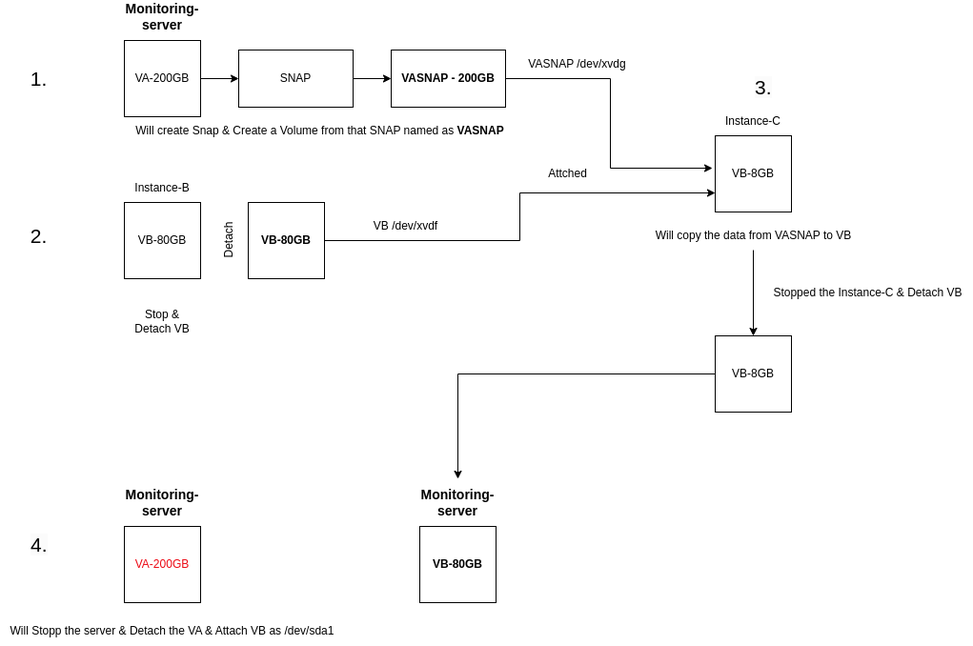
Above: Decrease EBS Volume of Monitoring-Grafana server.drawio.png in chetansomkuwar/arch (draw.io), before the change. Source tidied: cells renumbered, new cells last; positions are measured from the earlier drawing's top-left corner, leaving out a move shared by most shapes.
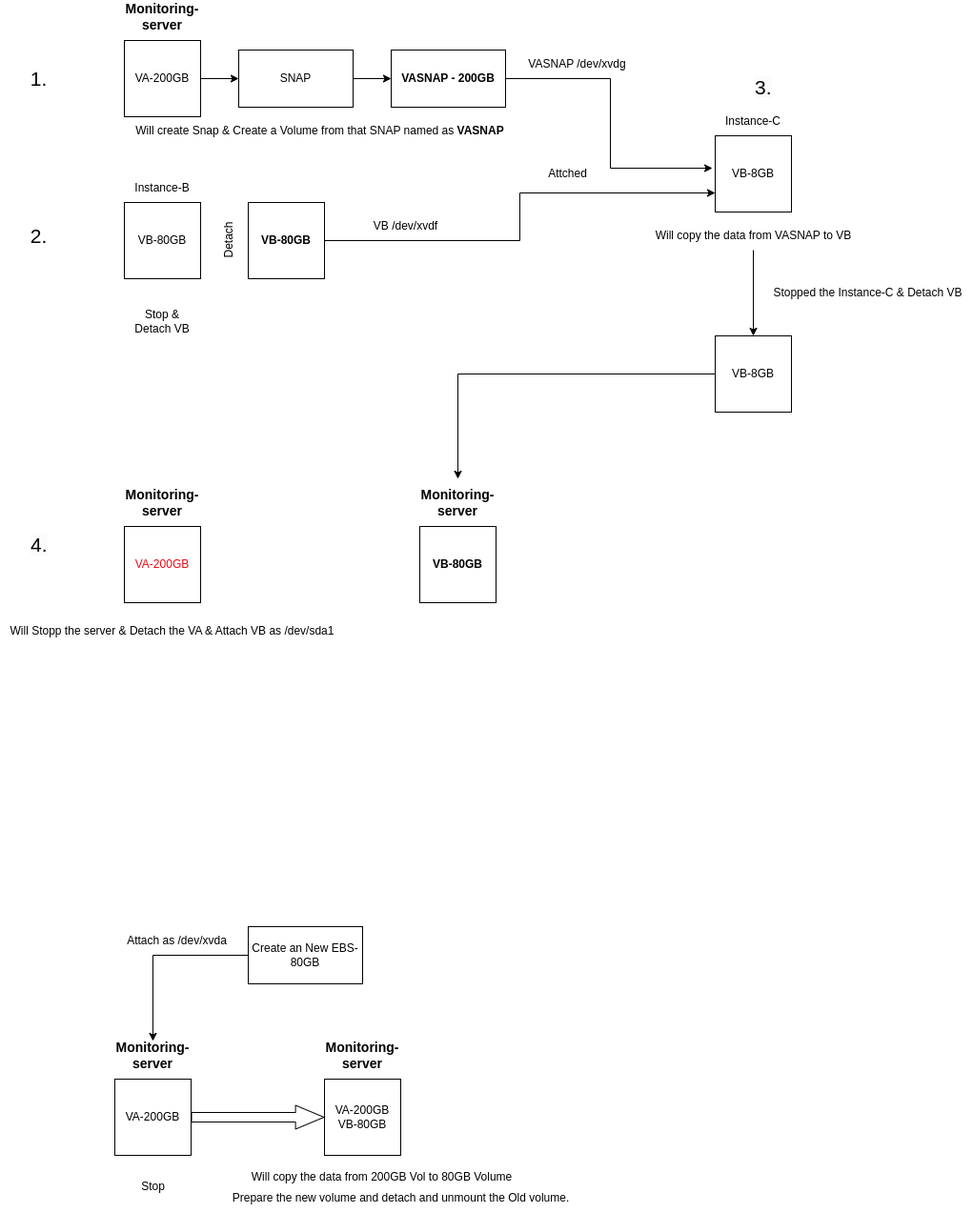
Above is the later version.

Commit message:
new type testing

What changed in the source:
```diff
@@ -108,5 +108,40 @@
     <mxCell id="34" value="&lt;span style=&quot;color: rgb(0, 0, 0); font-family: Helvetica; font-size: 21px; font-style: normal; font-variant-ligatures: normal; font-variant-caps: normal; font-weight: 400; letter-spacing: normal; orphans: 2; text-align: center; text-indent: 0px; text-transform: none; widows: 2; word-spacing: 0px; -webkit-text-stroke-width: 0px; background-color: rgb(251, 251, 251); text-decoration-thickness: initial; text-decoration-style: initial; text-decoration-color: initial; float: none; display: inline !important;&quot;&gt;3.&lt;br&gt;&lt;br&gt;&lt;/span&gt;" style="text;whiteSpace=wrap;html=1;" parent="1" vertex="1">
       <mxGeometry x="790" y="70" width="50" height="50" as="geometry" />
     </mxCell>
+    <mxCell id="35" value="VA-200GB" style="whiteSpace=wrap;html=1;" parent="1" vertex="1">
+      <mxGeometry x="120" y="1130" width="80" height="80" as="geometry" />
+    </mxCell>
+    <mxCell id="36" value="&lt;b&gt;&lt;font style=&quot;font-size: 14px;&quot;&gt;Monitoring-server&lt;/font&gt;&lt;/b&gt;" style="text;html=1;strokeColor=none;fillColor=none;align=center;verticalAlign=middle;whiteSpace=wrap;rounded=0;" parent="1" vertex="1">
+      <mxGeometry x="130" y="1090" width="60" height="30" as="geometry" />
+    </mxCell>
+    <mxCell id="37" value="Stop&lt;br&gt;" style="text;html=1;align=center;verticalAlign=middle;strokeColor=none;fillColor=none;" parent="1" vertex="1">
+      <mxGeometry x="135" y="1228" width="50" height="30" as="geometry" />
+    </mxCell>
+    <mxCell id="38" style="edgeStyle=orthogonalEdgeStyle;rounded=0;jettySize=auto;html=1;entryX=0.5;entryY=0;entryDx=0;entryDy=0;" parent="1" edge="1" source="39" target="36">
+      <mxGeometry relative="1" as="geometry" />
+    </mxCell>
+    <mxCell id="39" value="Create an New EBS-80GB" style="whiteSpace=wrap;html=1;" parent="1" vertex="1">
+      <mxGeometry x="260" y="970" width="120" height="60" as="geometry" />
+    </mxCell>
+    <mxCell id="40" value="Attach as /dev/xvda" style="text;html=1;align=center;verticalAlign=middle;strokeColor=none;fillColor=none;" parent="1" vertex="1">
+      <mxGeometry x="120" y="970" width="130" height="30" as="geometry" />
+    </mxCell>
+    <mxCell id="41" value="VA-200GB&lt;br&gt;VB-80GB" style="whiteSpace=wrap;html=1;" parent="1" vertex="1">
+      <mxGeometry x="340" y="1130" width="80" height="80" as="geometry" />
+    </mxCell>
+    <mxCell id="42" value="&lt;b&gt;&lt;font style=&quot;font-size: 14px;&quot;&gt;Monitoring-server&lt;/font&gt;&lt;/b&gt;" style="text;html=1;strokeColor=none;fillColor=none;align=center;verticalAlign=middle;whiteSpace=wrap;rounded=0;" parent="1" vertex="1">
+      <mxGeometry x="350" y="1090" width="60" height="30" as="geometry" />
+    </mxCell>
+    <mxCell id="43" style="shape=flexArrow;endArrow=classic;html=1;rounded=0;endWidth=14;endSize=9.63;entryX=0;entryY=0.5;entryDx=0;entryDy=0;" parent="1" edge="1" target="41">
+      <mxGeometry relative="1" as="geometry">
+        <mxPoint x="200" y="1170" as="sourcePoint" />
+      </mxGeometry>
+    </mxCell>
+    <mxCell id="44" value="Will copy the data from 200GB Vol to 80GB Volume" style="text;html=1;align=center;verticalAlign=middle;strokeColor=none;fillColor=none;" parent="1" vertex="1">
+      <mxGeometry x="250" y="1218" width="300" height="30" as="geometry" />
+    </mxCell>
+    <mxCell id="45" value="Prepare the new volume and detach and unmount the Old volume." style="text;html=1;align=center;verticalAlign=middle;strokeColor=none;fillColor=none;" parent="1" vertex="1">
+      <mxGeometry x="230" y="1240" width="380" height="30" as="geometry" />
+    </mxCell>
   </root>
 </mxGraphModel>
```
